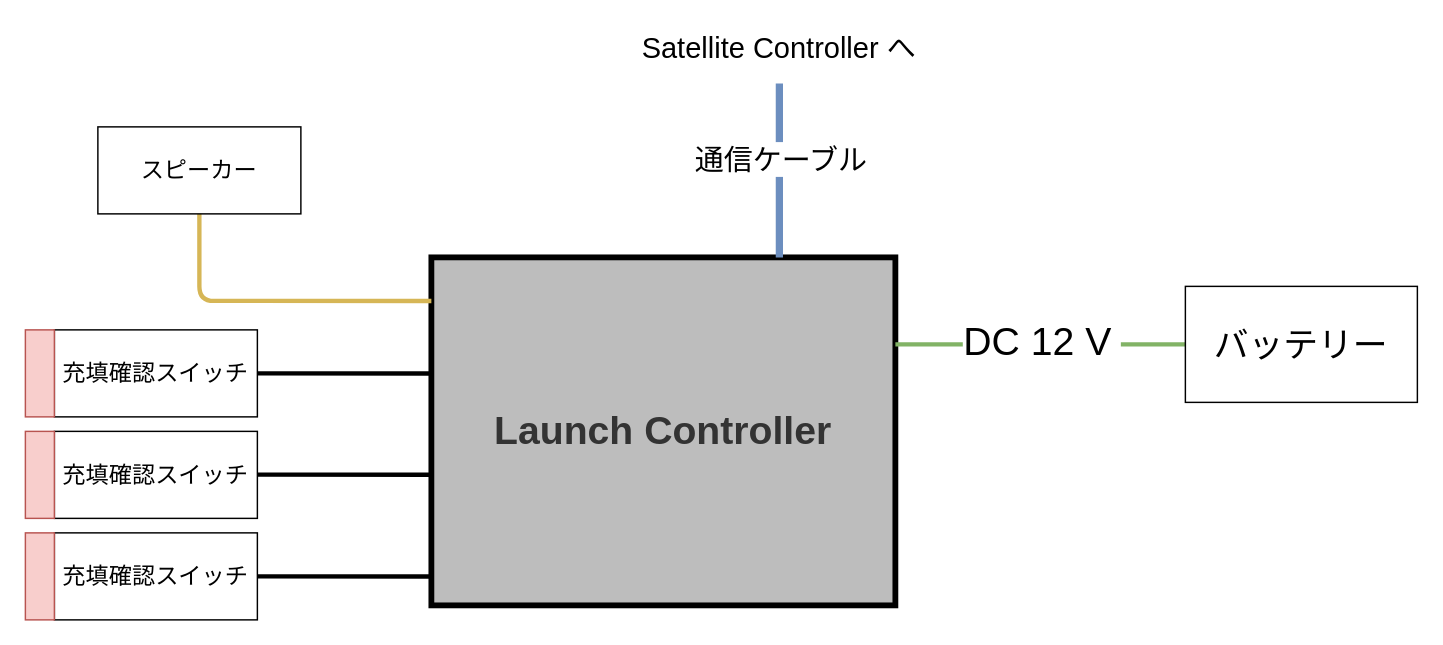
This is Documents/Development/WireingDiagram/LaunchController.drawio from tokai-student-rocket-project/Gen6-GSE-Elec, a draw.io file, before an edit. Source tidied: cells renumbered, new cells numbered last; positions are measured from the earlier drawing's top-left corner, leaving out a move shared by most shapes. Both pictures are drawn from the tidied source at 145%, with x=0, y=0 at pixel (25, 25).
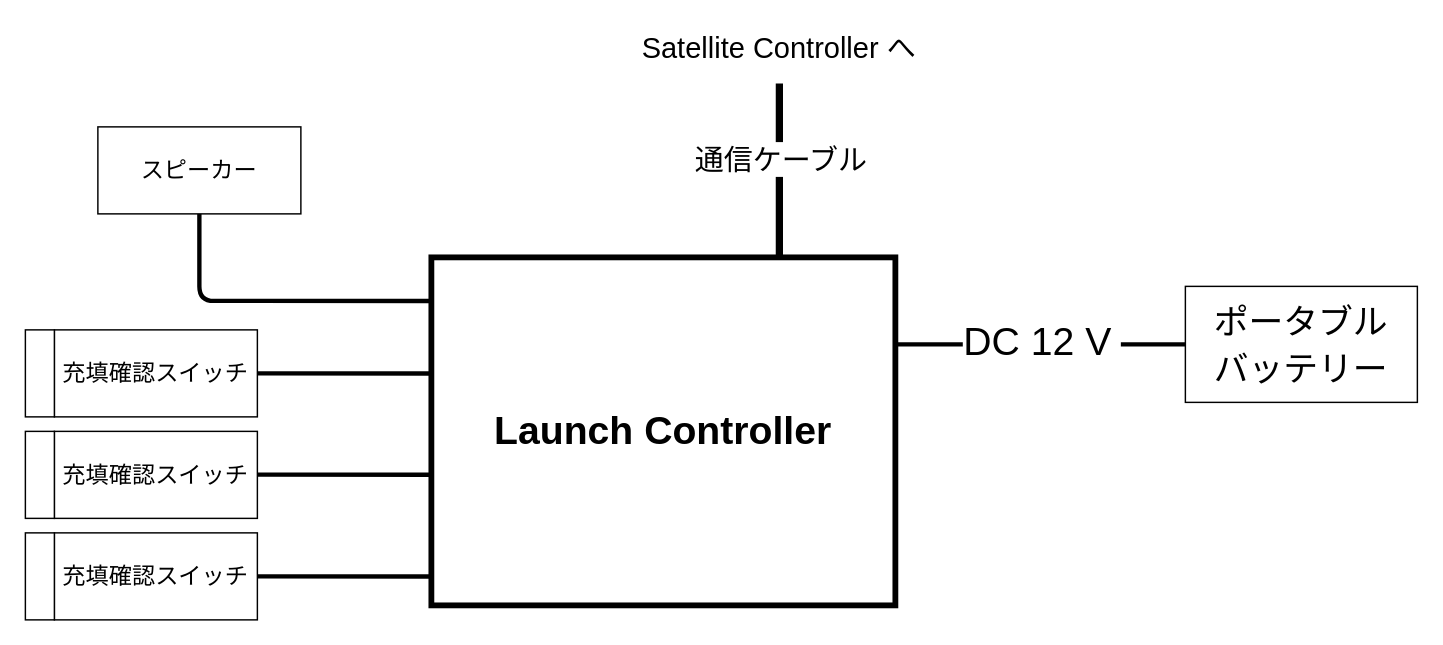
After the change.

Commit message (it also covers changes not shown here):
配線図を更新

What changed in the source:
```diff
@@
-    <mxCell id="2" value="&lt;font style=&quot;font-size: 27px;&quot;&gt;&lt;b&gt;Launch Controller&lt;/b&gt;&lt;/font&gt;" style="rounded=0;whiteSpace=wrap;html=1;fillColor=#BDBDBD;fontColor=#333333;strokeColor=#000000;strokeWidth=4;" parent="1" vertex="1">
+    <mxCell id="2" value="&lt;font style=&quot;font-size: 27px;&quot;&gt;&lt;b&gt;Launch Controller&lt;/b&gt;&lt;/font&gt;" style="rounded=0;whiteSpace=wrap;html=1;strokeWidth=4;" parent="1" vertex="1">
       <mxGeometry x="280" y="160" width="320" height="240" as="geometry" />
     </mxCell>
-    <mxCell id="3" style="endArrow=none;html=1;strokeWidth=3;fontSize=27;exitX=1;exitY=0.25;exitDx=0;exitDy=0;fillColor=#d5e8d4;strokeColor=#82b366;entryX=0;entryY=0.5;entryDx=0;entryDy=0;" parent="1" edge="1" source="2" target="5">
+    <mxCell id="3" style="endArrow=none;html=1;strokeWidth=3;fontSize=27;exitX=1;exitY=0.25;exitDx=0;exitDy=0;entryX=0;entryY=0.5;entryDx=0;entryDy=0;" parent="1" edge="1" source="2" target="5">
       <mxGeometry relative="1" as="geometry" />
     </mxCell>
@@
-    <mxCell id="5" value="&lt;font style=&quot;font-size: 24px;&quot;&gt;バッテリー&lt;/font&gt;" style="rounded=0;whiteSpace=wrap;html=1;fontSize=27;" parent="1" vertex="1">
+    <mxCell id="5" value="&lt;font style=&quot;font-size: 24px;&quot;&gt;ポータブル&lt;br&gt;バッテリー&lt;/font&gt;" style="rounded=0;whiteSpace=wrap;html=1;fontSize=27;" parent="1" vertex="1">
       <mxGeometry x="800" y="180" width="160" height="80" as="geometry" />
     </mxCell>
@@
-    <mxCell id="12" style="rounded=0;whiteSpace=wrap;html=1;fontSize=16;fillColor=#f8cecc;strokeColor=#b85450;" parent="1" vertex="1">
+    <mxCell id="12" style="rounded=0;whiteSpace=wrap;html=1;fontSize=16;" parent="1" vertex="1">
       <mxGeometry y="210" width="20" height="60" as="geometry" />
     </mxCell>
-    <mxCell id="13" style="rounded=0;whiteSpace=wrap;html=1;fontSize=16;fillColor=#f8cecc;strokeColor=#b85450;" parent="1" vertex="1">
+    <mxCell id="13" style="rounded=0;whiteSpace=wrap;html=1;fontSize=16;" parent="1" vertex="1">
       <mxGeometry y="280" width="20" height="60" as="geometry" />
     </mxCell>
-    <mxCell id="14" style="rounded=0;whiteSpace=wrap;html=1;fontSize=16;fillColor=#f8cecc;strokeColor=#b85450;" parent="1" vertex="1">
+    <mxCell id="14" style="rounded=0;whiteSpace=wrap;html=1;fontSize=16;" parent="1" vertex="1">
       <mxGeometry y="350" width="20" height="60" as="geometry" />
     </mxCell>
-    <mxCell id="15" style="endArrow=none;html=1;strokeWidth=3;fontSize=16;entryX=0;entryY=0.917;entryDx=0;entryDy=0;entryPerimeter=0;fillColor=#fff2cc;strokeColor=#d6b656;" parent="1" edge="1">
+    <mxCell id="15" style="endArrow=none;html=1;strokeWidth=3;fontSize=16;entryX=0;entryY=0.917;entryDx=0;entryDy=0;entryPerimeter=0;" parent="1" edge="1">
       <mxGeometry relative="1" as="geometry">
         <mxPoint x="120" y="120" as="sourcePoint" />
         <mxPoint x="280" y="190.1" as="targetPoint" />
         <Array as="points">
           <mxPoint x="120" y="190" />
         </Array>
       </mxGeometry>
     </mxCell>
@@
-    <mxCell id="17" style="endArrow=none;html=1;strokeWidth=5;fontSize=16;exitX=0.75;exitY=0;exitDx=0;exitDy=0;fillColor=#dae8fc;strokeColor=#6c8ebf;" parent="1" edge="1" source="2">
+    <mxCell id="17" style="endArrow=none;html=1;strokeWidth=5;fontSize=16;exitX=0.75;exitY=0;exitDx=0;exitDy=0;" parent="1" edge="1" source="2">
       <mxGeometry relative="1" as="geometry">
         <mxPoint x="520" y="40" as="targetPoint" />
       </mxGeometry>
     </mxCell>
```
